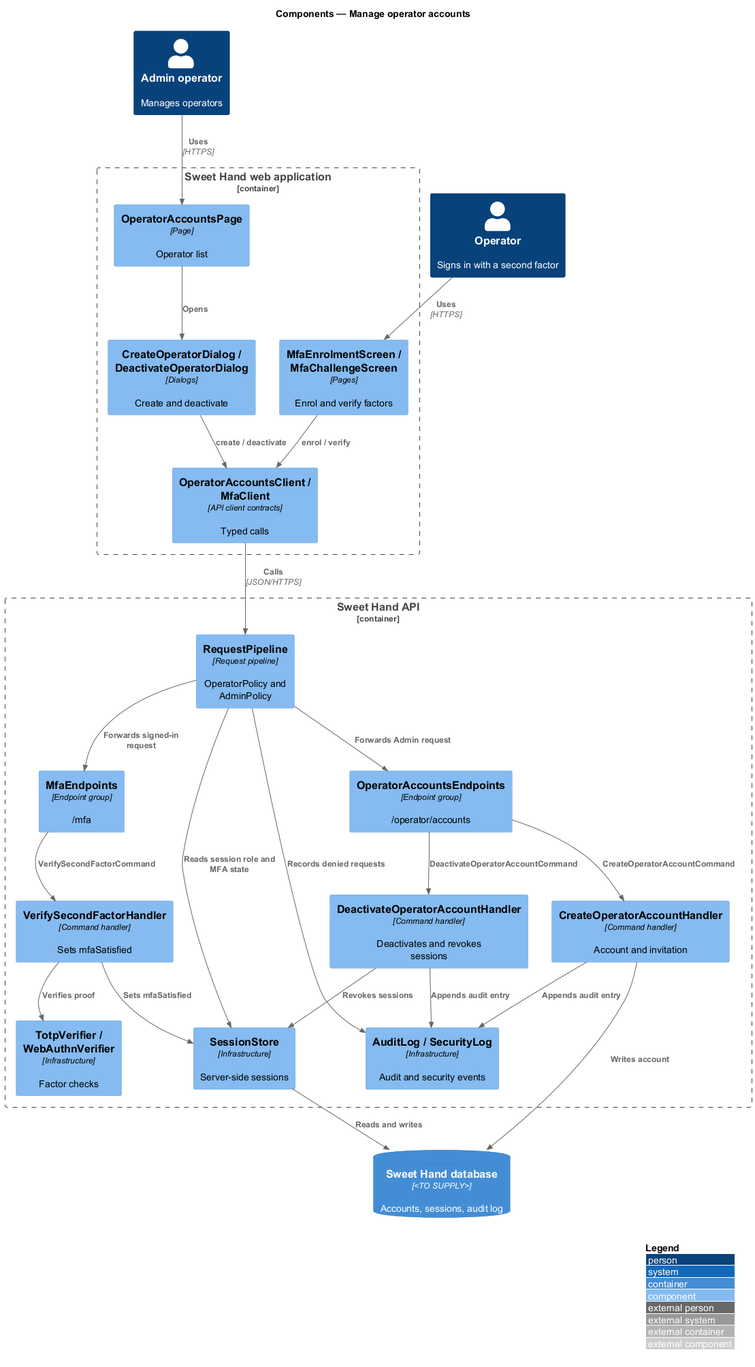
Above: docs/detailed-designs/moderation/manage-operator-accounts/diagrams/c4-component.png in QuinntyneBrown/sweet-hand (PlantUML), before the change. Source of this version:
```plantuml
@startuml
!include <C4/C4_Component>
LAYOUT_WITH_LEGEND()
title Components — Manage operator accounts

Person(admin, "Admin operator", "Manages operators")
Person(operator, "Operator", "Signs in with a second factor")
Container_Boundary(web, "Sweet Hand web application") {
  Component(accountsPage, "OperatorAccountsPage", "Page", "Operator list")
  Component(dialogs, "CreateOperatorDialog / DeactivateOperatorDialog", "Dialogs", "Create and deactivate")
  Component(mfaScreens, "MfaEnrolmentScreen / MfaChallengeScreen", "Pages", "Enrol and verify factors")
  Component(clients, "OperatorAccountsClient / MfaClient", "API client contracts", "Typed calls")
}
Container_Boundary(api, "Sweet Hand API") {
  Component(pipeline, "RequestPipeline", "Request pipeline", "OperatorPolicy and AdminPolicy")
  Component(accEndpoints, "OperatorAccountsEndpoints", "Endpoint group", "/operator/accounts")
  Component(mfaEndpoints, "MfaEndpoints", "Endpoint group", "/mfa")
  Component(createH, "CreateOperatorAccountHandler", "Command handler", "Account and invitation")
  Component(deactH, "DeactivateOperatorAccountHandler", "Command handler", "Deactivates and revokes sessions")
  Component(verifyH, "VerifySecondFactorHandler", "Command handler", "Sets mfaSatisfied")
  Component(verifiers, "TotpVerifier / WebAuthnVerifier", "Infrastructure", "Factor checks")
  Component(sessions, "SessionStore", "Infrastructure", "Server-side sessions")
  Component(logs, "AuditLog / SecurityLog", "Infrastructure", "Audit and security events")
}
ContainerDb(db, "Sweet Hand database", "<TO SUPPLY>", "Accounts, sessions, audit log")

Rel(admin, accountsPage, "Uses", "HTTPS")
Rel(operator, mfaScreens, "Uses", "HTTPS")
Rel(accountsPage, dialogs, "Opens")
Rel(dialogs, clients, "create / deactivate")
Rel(mfaScreens, clients, "enrol / verify")
Rel(clients, pipeline, "Calls", "JSON/HTTPS")
Rel(pipeline, sessions, "Reads session role and MFA state")
Rel(pipeline, logs, "Records denied requests")
Rel(pipeline, accEndpoints, "Forwards Admin request")
Rel(pipeline, mfaEndpoints, "Forwards signed-in request")
Rel(accEndpoints, createH, "CreateOperatorAccountCommand")
Rel(accEndpoints, deactH, "DeactivateOperatorAccountCommand")
Rel(mfaEndpoints, verifyH, "VerifySecondFactorCommand")
Rel(verifyH, verifiers, "Verifies proof")
Rel(verifyH, sessions, "Sets mfaSatisfied")
Rel(deactH, sessions, "Revokes sessions")
Rel(createH, logs, "Appends audit entry")
Rel(deactH, logs, "Appends audit entry")
Rel(sessions, db, "Reads and writes")
Rel(createH, db, "Writes account")
@enduml
```
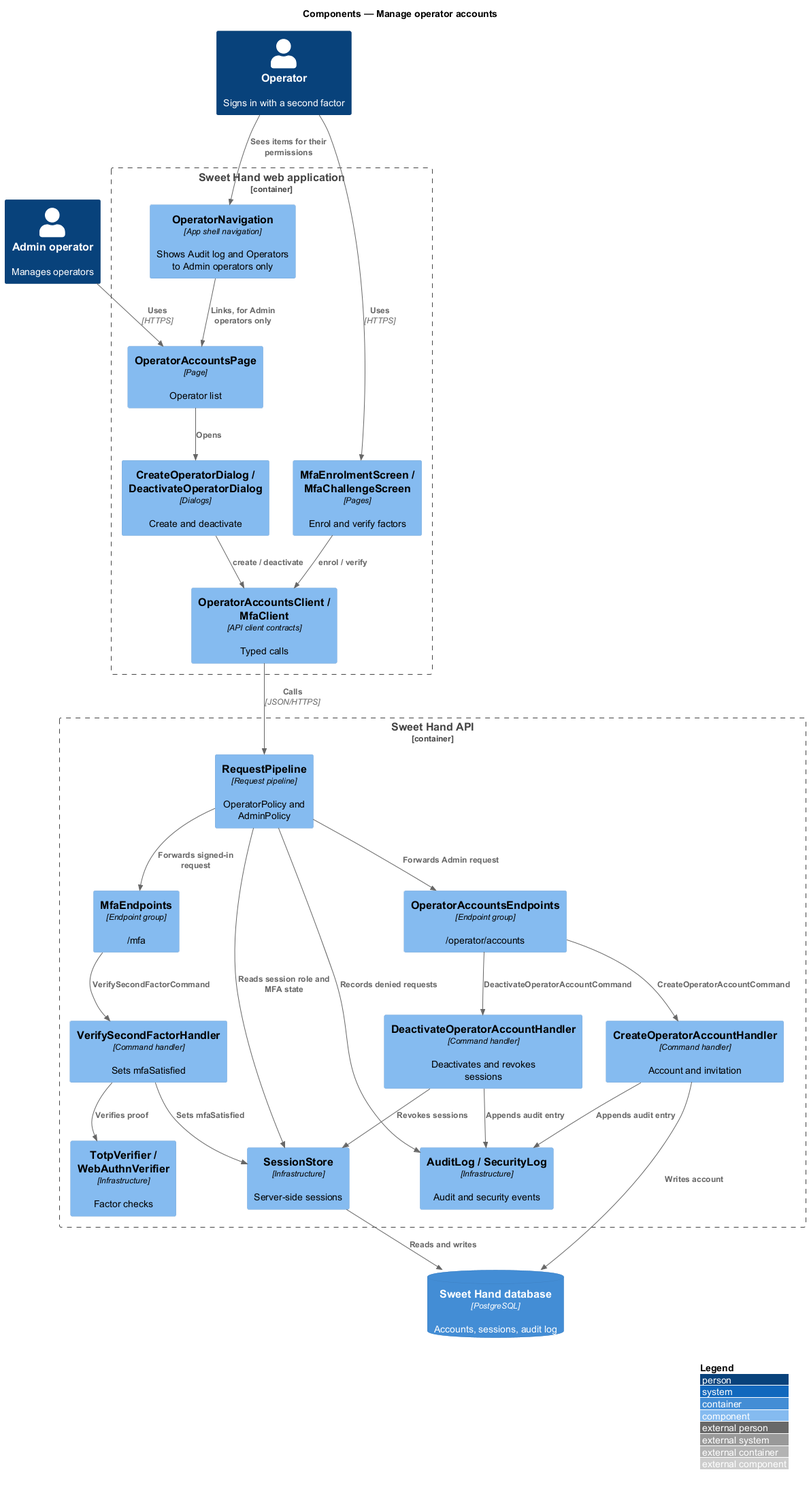
Later version of the same file.

The edit, as a diff of the source:
```diff
@@ -6,6 +6,7 @@
 Person(admin, "Admin operator", "Manages operators")
 Person(operator, "Operator", "Signs in with a second factor")
 Container_Boundary(web, "Sweet Hand web application") {
+  Component(nav, "OperatorNavigation", "App shell navigation", "Shows Audit log and Operators to Admin operators only")
   Component(accountsPage, "OperatorAccountsPage", "Page", "Operator list")
   Component(dialogs, "CreateOperatorDialog / DeactivateOperatorDialog", "Dialogs", "Create and deactivate")
   Component(mfaScreens, "MfaEnrolmentScreen / MfaChallengeScreen", "Pages", "Enrol and verify factors")
@@ -22,9 +23,11 @@
   Component(sessions, "SessionStore", "Infrastructure", "Server-side sessions")
   Component(logs, "AuditLog / SecurityLog", "Infrastructure", "Audit and security events")
 }
-ContainerDb(db, "Sweet Hand database", "<TO SUPPLY>", "Accounts, sessions, audit log")
+ContainerDb(db, "Sweet Hand database", "PostgreSQL", "Accounts, sessions, audit log")
 
 Rel(admin, accountsPage, "Uses", "HTTPS")
+Rel(operator, nav, "Sees items for their permissions")
+Rel(nav, accountsPage, "Links, for Admin operators only")
 Rel(operator, mfaScreens, "Uses", "HTTPS")
 Rel(accountsPage, dialogs, "Opens")
 Rel(dialogs, clients, "create / deactivate")
```
